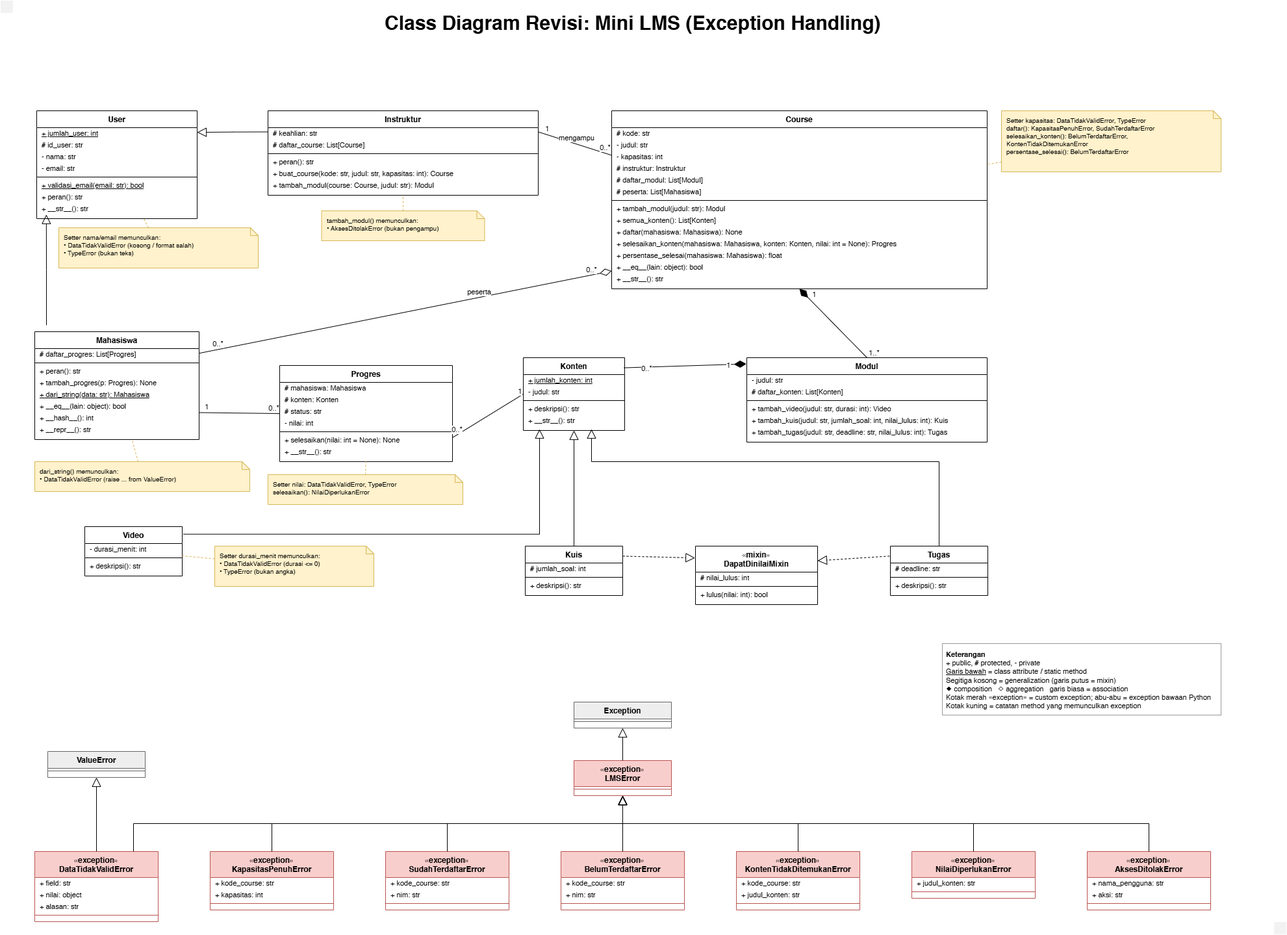
The draw.io diagram docs/class-diagram.png in suartanagit/mini-lms, before a commit. Source tidied: cells renumbered, new cells last; positions are measured from the earlier drawing's top-left corner, leaving out a move shared by most shapes.
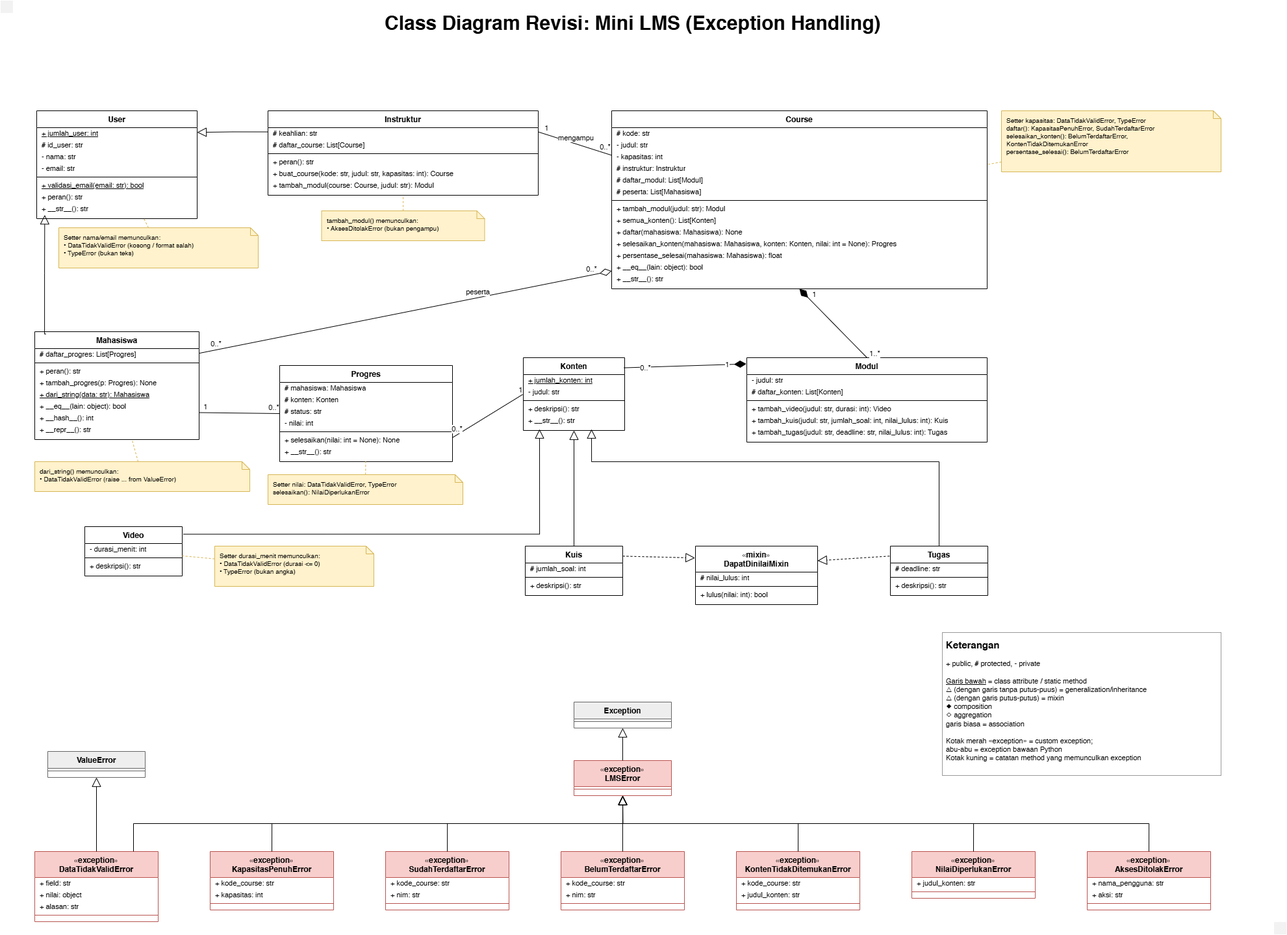
The same file after the commit.

Commit message:
memperbaiki merapikan bagian keterangan di class diagram

The edit, as a diff of the source:
```diff
@@ -338,9 +338,12 @@
     <mxCell id="113" style="endArrow=block;endFill=0;endSize=12;html=1;edgeStyle=orthogonalEdgeStyle;rounded=0;exitX=0;exitY=0.25;entryX=1;entryY=0.2;" parent="1" edge="1" source="11" target="2">
       <mxGeometry relative="1" as="geometry" />
     </mxCell>
-    <mxCell id="114" style="endArrow=block;endFill=0;endSize=12;html=1;edgeStyle=orthogonalEdgeStyle;rounded=0;entryX=0.06;entryY=0.986;entryDx=0;entryDy=0;entryPerimeter=0;" parent="1" edge="1" target="10">
+    <mxCell id="114" style="endArrow=block;endFill=0;endSize=12;html=1;edgeStyle=orthogonalEdgeStyle;rounded=0;exitX=0.069;exitY=0.021;exitDx=0;exitDy=0;exitPerimeter=0;entryX=0.05;entryY=1.018;entryDx=0;entryDy=0;entryPerimeter=0;" parent="1" edge="1" source="18" target="10">
       <mxGeometry relative="1" as="geometry">
-        <mxPoint x="71" y="500" as="sourcePoint" />
+        <Array as="points">
+          <mxPoint x="68" y="514" />
+          <mxPoint x="68" y="420" />
+        </Array>
       </mxGeometry>
     </mxCell>
     <mxCell id="115" style="endArrow=block;endFill=0;endSize=12;html=1;edgeStyle=orthogonalEdgeStyle;rounded=0;exitX=1.011;exitY=0.153;exitDx=0;exitDy=0;exitPerimeter=0;" parent="1" edge="1" source="55">
@@ -523,8 +526,8 @@
     <mxCell id="161" value="&lt;b&gt;Class Diagram Revisi: Mini LMS (Exception Handling)&lt;/b&gt;" style="text;html=1;align=left;verticalAlign=middle;fontSize=30;" parent="1" vertex="1">
       <mxGeometry x="590" y="20" width="700" height="28" as="geometry" />
     </mxCell>
-    <mxCell id="162" value="&lt;b&gt;Keterangan&lt;/b&gt;&lt;br&gt;+ public, # protected, - private&lt;br&gt;&lt;u&gt;Garis bawah&lt;/u&gt; = class attribute / static method&lt;br&gt;Segitiga kosong = generalization (garis putus = mixin)&lt;br&gt;◆ composition &amp;nbsp; ◇ aggregation &amp;nbsp; garis biasa = association&lt;br&gt;Kotak merah «exception» = custom exception; abu-abu = exception bawaan Python&lt;br&gt;Kotak kuning = catatan method yang memunculkan exception" style="text;html=1;align=left;verticalAlign=top;whiteSpace=wrap;fontSize=11;strokeColor=#999999;spacing=6;" parent="1" vertex="1">
-      <mxGeometry x="1450" y="990" width="429" height="110" as="geometry" />
+    <mxCell id="162" value="&lt;div style=&quot;&quot;&gt;&lt;b style=&quot;background-color: transparent; color: light-dark(rgb(0, 0, 0), rgb(255, 255, 255));&quot;&gt;&lt;font style=&quot;font-size: 15px;&quot;&gt;Keterangan&lt;/font&gt;&lt;/b&gt;&lt;/div&gt;&lt;div&gt;&lt;br&gt;&lt;/div&gt;+ public, # protected, - private&lt;div&gt;&lt;br&gt;&lt;u&gt;Garis bawah&lt;/u&gt; = class attribute / static method&lt;br&gt;△ (dengan garis tanpa putus-puus) = generalization/inheritance&amp;nbsp;&lt;br&gt;&lt;div&gt;&lt;span style=&quot;background-color: transparent; color: light-dark(rgb(0, 0, 0), rgb(255, 255, 255));&quot;&gt;△ (dengan&amp;nbsp;&lt;/span&gt;garis putus-putus) = mixin&lt;br&gt;◆ composition &amp;nbsp;&amp;nbsp;&lt;/div&gt;&lt;div&gt;◇ aggregation &amp;nbsp;&amp;nbsp;&lt;/div&gt;&lt;div&gt;garis biasa = association&lt;/div&gt;&lt;div&gt;&lt;br&gt;Kotak merah «exception» = custom exception;&amp;nbsp;&lt;/div&gt;&lt;div&gt;abu-abu = exception bawaan Python&lt;br&gt;Kotak kuning = catatan method yang memunculkan exception&lt;/div&gt;&lt;/div&gt;" style="text;html=1;align=left;verticalAlign=top;whiteSpace=wrap;fontSize=11;strokeColor=#999999;spacing=6;" parent="1" vertex="1">
+      <mxGeometry x="1450" y="973" width="429" height="220" as="geometry" />
     </mxCell>
     <mxCell id="163" style="whiteSpace=wrap;html=1;strokeColor=light-dark(#ffffff, #ededed);fillColor=light-dark(#f2f2f2, #ededed);fillStyle=solid;" parent="1" vertex="1">
       <mxGeometry x="1960" y="1418" width="20" height="20" as="geometry" />
```
